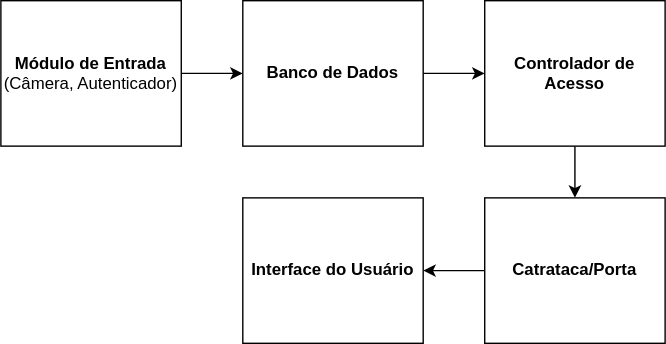
This is projetos/sistema-controle-de-acesso/images/Diagrama_acesso.drawio.svg from teaching-FEEC/ea075-2024.1, a draw.io export, as it was before one commit. Source tidied: cells renumbered, new cells last; positions are measured from the earlier drawing's top-left corner, leaving out a move shared by most shapes.
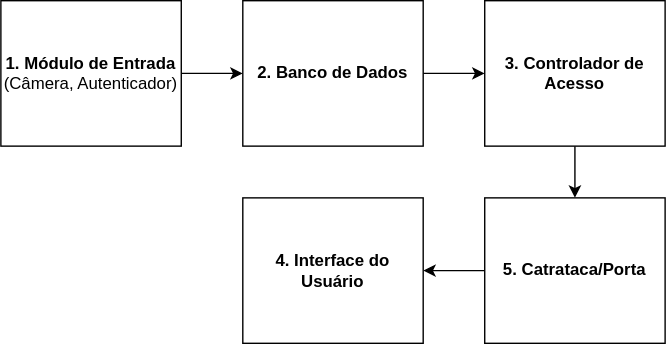
After the change.

Change to the diagram source:
```diff
@@ -5,28 +5,28 @@
     <mxCell id="2" style="edgeStyle=orthogonalEdgeStyle;rounded=0;jettySize=auto;html=1;" parent="1" edge="1" source="3" target="7">
       <mxGeometry relative="1" as="geometry" />
     </mxCell>
-    <mxCell id="3" value="&lt;div&gt;&lt;b&gt;Banco de Dados&lt;/b&gt;&lt;/div&gt;" style="rounded=0;whiteSpace=wrap;html=1;" parent="1" vertex="1">
+    <mxCell id="3" value="&lt;div&gt;&lt;b&gt;2. Banco de Dados&lt;/b&gt;&lt;/div&gt;" style="rounded=0;whiteSpace=wrap;html=1;" parent="1" vertex="1">
       <mxGeometry x="173" width="129" height="104" as="geometry" />
     </mxCell>
     <mxCell id="4" style="edgeStyle=orthogonalEdgeStyle;rounded=0;jettySize=auto;html=1;" parent="1" edge="1" source="5" target="3">
       <mxGeometry relative="1" as="geometry" />
     </mxCell>
-    <mxCell id="5" value="&lt;div&gt;&lt;b&gt;Módulo de Entrada&lt;br&gt;&lt;/b&gt;&lt;/div&gt;&lt;div&gt;(Câmera, Autenticador)&lt;/div&gt;" style="rounded=0;whiteSpace=wrap;html=1;" parent="1" vertex="1">
+    <mxCell id="5" value="&lt;div&gt;&lt;b&gt;1. Módulo de Entrada&lt;br&gt;&lt;/b&gt;&lt;/div&gt;&lt;div&gt;(Câmera, Autenticador)&lt;/div&gt;" style="rounded=0;whiteSpace=wrap;html=1;" parent="1" vertex="1">
       <mxGeometry width="129" height="104" as="geometry" />
     </mxCell>
     <mxCell id="6" style="edgeStyle=orthogonalEdgeStyle;rounded=0;jettySize=auto;html=1;" parent="1" edge="1" source="7" target="9">
       <mxGeometry relative="1" as="geometry" />
     </mxCell>
-    <mxCell id="7" value="&lt;div&gt;&lt;b&gt;Controlador de Acesso&lt;/b&gt;&lt;/div&gt;" style="rounded=0;whiteSpace=wrap;html=1;" parent="1" vertex="1">
+    <mxCell id="7" value="&lt;div&gt;&lt;b&gt;3. Controlador de Acesso&lt;/b&gt;&lt;/div&gt;" style="rounded=0;whiteSpace=wrap;html=1;" parent="1" vertex="1">
       <mxGeometry x="346" width="129" height="104" as="geometry" />
     </mxCell>
     <mxCell id="8" style="edgeStyle=orthogonalEdgeStyle;rounded=0;jettySize=auto;html=1;" parent="1" edge="1" source="9" target="10">
       <mxGeometry relative="1" as="geometry" />
     </mxCell>
-    <mxCell id="9" value="&lt;div&gt;&lt;b&gt;Catrataca/Porta&lt;/b&gt;&lt;/div&gt;" style="rounded=0;whiteSpace=wrap;html=1;" parent="1" vertex="1">
+    <mxCell id="9" value="&lt;div&gt;&lt;b&gt;5. Catrataca/Porta&lt;/b&gt;&lt;/div&gt;" style="rounded=0;whiteSpace=wrap;html=1;" parent="1" vertex="1">
       <mxGeometry x="346" y="141" width="129" height="104" as="geometry" />
     </mxCell>
-    <mxCell id="10" value="&lt;div&gt;&lt;b&gt;Interface do Usuário&lt;/b&gt;&lt;/div&gt;" style="rounded=0;whiteSpace=wrap;html=1;" parent="1" vertex="1">
+    <mxCell id="10" value="&lt;div&gt;&lt;b&gt;4. Interface do Usuário&lt;/b&gt;&lt;/div&gt;" style="rounded=0;whiteSpace=wrap;html=1;" parent="1" vertex="1">
       <mxGeometry x="173" y="141" width="129" height="104" as="geometry" />
     </mxCell>
   </root>
```
